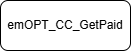
AXQuestion/- keeps this draw.io diagram as 交易流程圖.png. Above is the earlier version. Source tidied: cells renumbered, new cells last; positions are measured from the earlier drawing's top-left corner, leaving out a move shared by most shapes.
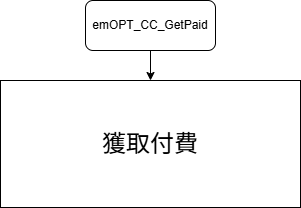
The same file after the commit.

Commit message:
更新交易流程圖.png

Change to the diagram source:
```diff
@@ -2,8 +2,14 @@
   <root>
     <mxCell id="0" />
     <mxCell id="1" parent="0" />
+    <mxCell id="3" style="edgeStyle=orthogonalEdgeStyle;rounded=0;jettySize=auto;html=1;" parent="1" edge="1" source="2" target="4">
+      <mxGeometry relative="1" as="geometry" />
+    </mxCell>
     <mxCell id="2" value="emOPT_CC_GetPaid" style="rounded=1;whiteSpace=wrap;html=1;" parent="1" vertex="1">
       <mxGeometry width="130" height="50" as="geometry" />
     </mxCell>
+    <mxCell id="4" value="獲取付費" style="rounded=0;whiteSpace=wrap;html=1;fontSize=24;" parent="1" vertex="1">
+      <mxGeometry x="-85" y="80" width="300" height="127" as="geometry" />
+    </mxCell>
   </root>
 </mxGraphModel>
```
